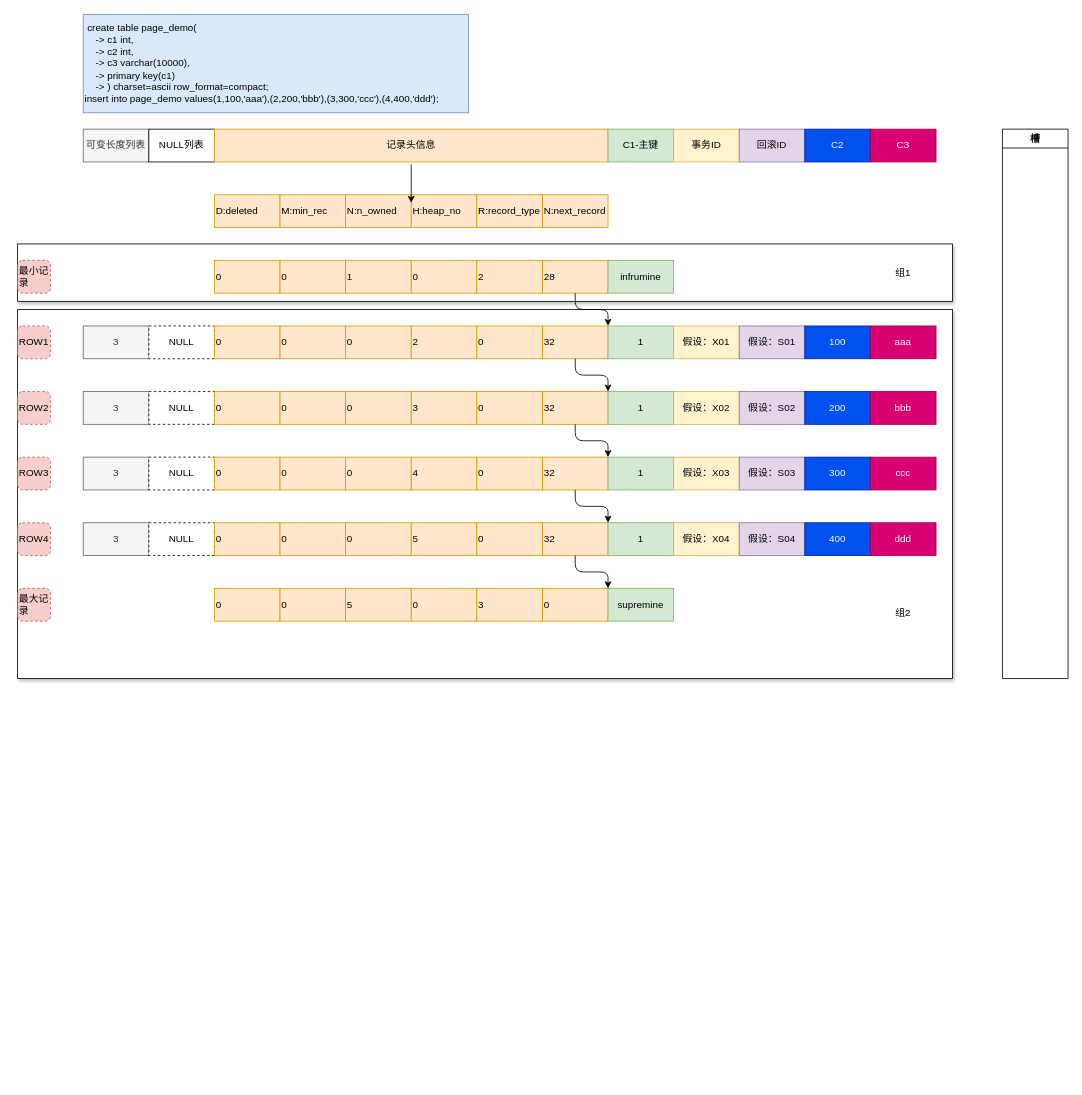
wqfgithub/drawio keeps this draw.io diagram as page-row.drawio. Above is the earlier version. Source tidied: cells renumbered, new cells numbered last; positions are measured from the earlier drawing's top-left corner, leaving out a move shared by most shapes. Both pictures are drawn from the tidied source at 82%, with x=0, y=0 at pixel (17, 14).
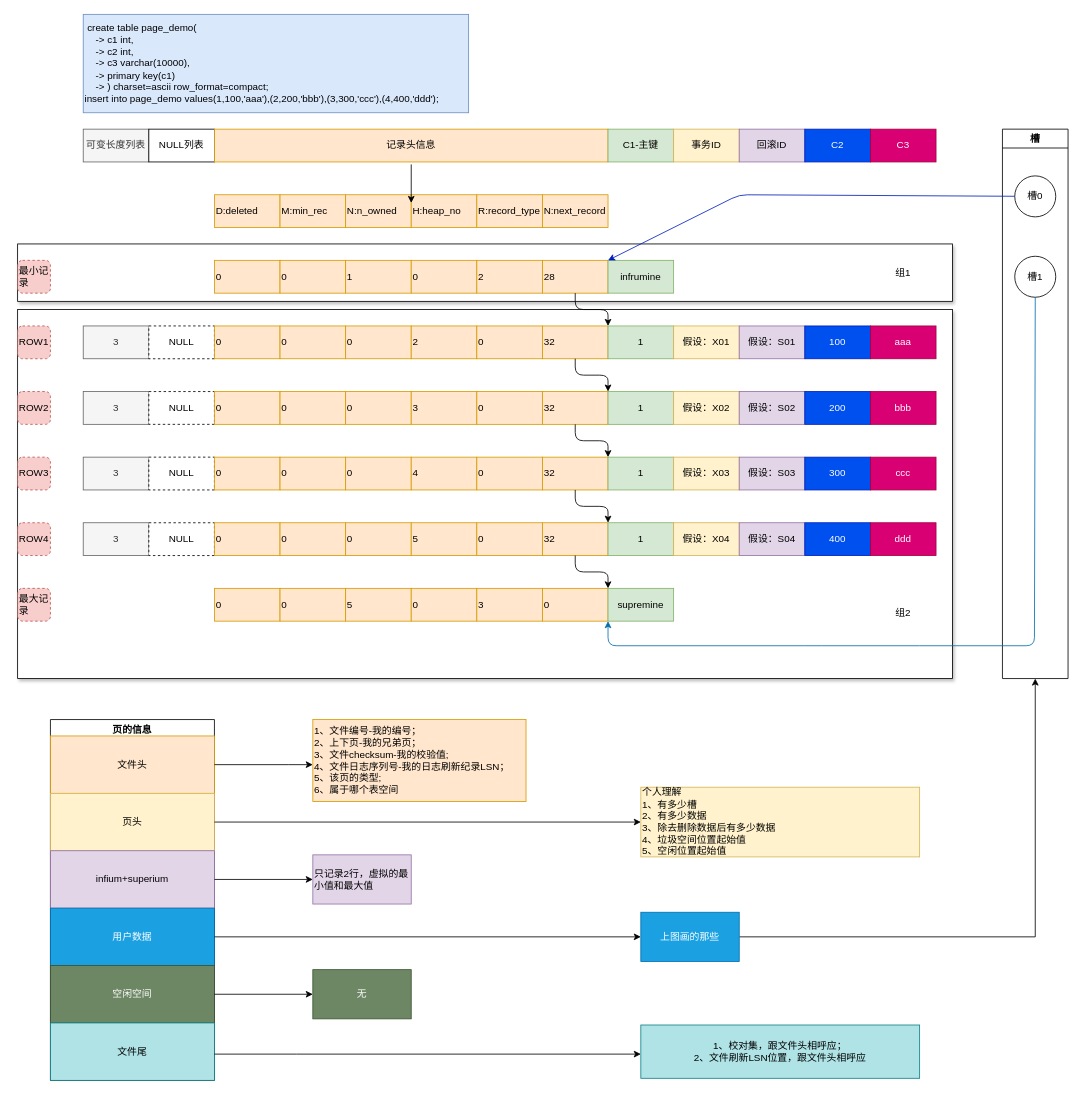
After the change.

Unchanged cells that the change refers to:
```xml
<mxCell id="85" value="infrumine" style="rounded=0;whiteSpace=wrap;html=1;fillColor=#d5e8d4;strokeColor=#82b366;shadow=0;" parent="1" vertex="1">
  <mxGeometry x="720" y="300" width="80" height="40" as="geometry" />
</mxCell>
<mxCell id="93" value="supremine" style="rounded=0;whiteSpace=wrap;html=1;fillColor=#d5e8d4;strokeColor=#82b366;" parent="1" vertex="1">
  <mxGeometry x="720" y="700" width="80" height="40" as="geometry" />
</mxCell>
<mxCell id="99" value="槽" style="swimlane;" parent="1" vertex="1">
  <mxGeometry x="1201" y="140" width="80" height="670" as="geometry" />
</mxCell>
```

The edit, as a diff of the source:
```diff
@@
+    <mxCell id="100" value="槽0" style="ellipse;whiteSpace=wrap;html=1;" parent="99" vertex="1">
+      <mxGeometry x="15" y="57" width="50" height="50" as="geometry" />
+    </mxCell>
+    <mxCell id="101" value="槽1" style="ellipse;whiteSpace=wrap;html=1;" parent="99" vertex="1">
+      <mxGeometry x="15" y="155" width="50" height="50" as="geometry" />
+    </mxCell>
+    <mxCell id="102" style="endArrow=classic;html=1;entryX=0;entryY=0;entryDx=0;entryDy=0;fillColor=#0050ef;strokeColor=#001DBC;" parent="1" edge="1" source="100" target="85">
+      <mxGeometry relative="1" as="geometry">
+        <Array as="points">
+          <mxPoint x="880" y="220" />
+        </Array>
+      </mxGeometry>
+    </mxCell>
+    <mxCell id="103" style="endArrow=classic;html=1;entryX=0;entryY=1;entryDx=0;entryDy=0;entryPerimeter=0;exitX=0.5;exitY=1;exitDx=0;exitDy=0;fillColor=#1ba1e2;strokeColor=#006EAF;" parent="1" edge="1" source="101" target="93">
+      <mxGeometry relative="1" as="geometry">
+        <Array as="points">
+          <mxPoint x="1240" y="770" />
+          <mxPoint x="1110" y="770" />
+          <mxPoint x="970" y="770" />
+          <mxPoint x="720" y="770" />
+        </Array>
+      </mxGeometry>
+    </mxCell>
+    <mxCell id="104" value="页的信息" style="swimlane;" parent="1" vertex="1">
+      <mxGeometry x="40" y="860" width="200" height="440" as="geometry" />
+    </mxCell>
+    <mxCell id="105" value="文件头" style="whiteSpace=wrap;html=1;fillColor=#ffe6cc;strokeColor=#d79b00;" parent="104" vertex="1">
+      <mxGeometry y="20" width="200" height="70" as="geometry" />
+    </mxCell>
+    <mxCell id="106" value="页头" style="whiteSpace=wrap;html=1;fillColor=#fff2cc;strokeColor=#d6b656;" parent="104" vertex="1">
+      <mxGeometry y="90" width="200" height="70" as="geometry" />
+    </mxCell>
+    <mxCell id="107" value="infium+superium" style="whiteSpace=wrap;html=1;fillColor=#e1d5e7;strokeColor=#9673a6;" parent="104" vertex="1">
+      <mxGeometry y="160" width="200" height="70" as="geometry" />
+    </mxCell>
+    <mxCell id="108" value="用户数据" style="whiteSpace=wrap;html=1;fillColor=#1ba1e2;strokeColor=#006EAF;fontColor=#ffffff;" parent="104" vertex="1">
+      <mxGeometry y="230" width="200" height="70" as="geometry" />
+    </mxCell>
+    <mxCell id="109" value="&lt;span&gt;空闲空间&lt;/span&gt;" style="whiteSpace=wrap;html=1;fillColor=#6d8764;strokeColor=#3A5431;fontColor=#ffffff;" parent="104" vertex="1">
+      <mxGeometry y="300" width="200" height="70" as="geometry" />
+    </mxCell>
+    <mxCell id="110" value="文件尾" style="whiteSpace=wrap;html=1;fillColor=#b0e3e6;strokeColor=#0e8088;" parent="104" vertex="1">
+      <mxGeometry y="370" width="200" height="70" as="geometry" />
+    </mxCell>
+    <mxCell id="111" value="1、文件编号-我的编号；&lt;br&gt;2、上下页-我的兄弟页；&lt;br&gt;3、文件checksum-我的校验值;&lt;br&gt;4、文件日志序列号-我的日志刷新纪录LSN；&lt;br&gt;5、该页的类型;&lt;br&gt;6、属于哪个表空间" style="whiteSpace=wrap;html=1;strokeColor=#d79b00;fillColor=#ffe6cc;align=left;" parent="1" vertex="1">
+      <mxGeometry x="360" y="860" width="260" height="100" as="geometry" />
+    </mxCell>
+    <mxCell id="112" style="edgeStyle=orthogonalEdgeStyle;rounded=0;jettySize=auto;html=1;" parent="1" edge="1" source="105" target="111">
+      <mxGeometry relative="1" as="geometry">
+        <Array as="points">
+          <mxPoint x="330" y="915" />
+          <mxPoint x="330" y="915" />
+        </Array>
+      </mxGeometry>
+    </mxCell>
+    <mxCell id="113" value="&lt;span&gt;个人理解&lt;/span&gt;&lt;br&gt;&lt;span&gt;1、有多少槽&lt;/span&gt;&lt;br&gt;&lt;span&gt;2、有多少数据&lt;/span&gt;&lt;br&gt;&lt;span&gt;3、除去删除数据后有多少数据&lt;/span&gt;&lt;br&gt;&lt;span&gt;4、垃圾空间位置起始值&lt;br&gt;5、空闲位置起始值&lt;br&gt;&lt;/span&gt;" style="whiteSpace=wrap;html=1;strokeColor=#d6b656;fillColor=#fff2cc;align=left;" parent="1" vertex="1">
+      <mxGeometry x="760" y="942.5" width="340" height="85" as="geometry" />
+    </mxCell>
+    <mxCell id="114" style="edgeStyle=orthogonalEdgeStyle;rounded=0;jettySize=auto;html=1;" parent="1" edge="1" source="106" target="113">
+      <mxGeometry relative="1" as="geometry" />
+    </mxCell>
+    <mxCell id="115" value="只记录2行，虚拟的最小值和最大值" style="whiteSpace=wrap;html=1;strokeColor=#9673a6;fillColor=#e1d5e7;align=left;" parent="1" vertex="1">
+      <mxGeometry x="360" y="1025" width="120" height="60" as="geometry" />
+    </mxCell>
+    <mxCell id="116" style="edgeStyle=orthogonalEdgeStyle;rounded=0;jettySize=auto;html=1;" parent="1" edge="1" source="107" target="115">
+      <mxGeometry relative="1" as="geometry" />
+    </mxCell>
+    <mxCell id="117" style="edgeStyle=orthogonalEdgeStyle;rounded=0;jettySize=auto;html=1;entryX=0.5;entryY=1;entryDx=0;entryDy=0;" parent="1" edge="1" source="118" target="99">
+      <mxGeometry relative="1" as="geometry" />
+    </mxCell>
+    <mxCell id="118" value="上图画的那些" style="whiteSpace=wrap;html=1;fontColor=#ffffff;strokeColor=#006EAF;fillColor=#1ba1e2;" parent="1" vertex="1">
+      <mxGeometry x="760" y="1095" width="120" height="60" as="geometry" />
+    </mxCell>
+    <mxCell id="119" style="edgeStyle=orthogonalEdgeStyle;rounded=0;jettySize=auto;html=1;" parent="1" edge="1" source="108" target="118">
+      <mxGeometry relative="1" as="geometry" />
+    </mxCell>
+    <mxCell id="120" value="无" style="whiteSpace=wrap;html=1;fontColor=#ffffff;strokeColor=#3A5431;fillColor=#6d8764;" parent="1" vertex="1">
+      <mxGeometry x="360" y="1165" width="120" height="60" as="geometry" />
+    </mxCell>
+    <mxCell id="121" style="edgeStyle=orthogonalEdgeStyle;rounded=0;jettySize=auto;html=1;" parent="1" edge="1" source="109" target="120">
+      <mxGeometry relative="1" as="geometry" />
+    </mxCell>
+    <mxCell id="122" value="1、校对集，跟文件头相呼应；&lt;br&gt;2、文件刷新LSN位置，跟文件头相呼应" style="whiteSpace=wrap;html=1;strokeColor=#0e8088;fillColor=#b0e3e6;" parent="1" vertex="1">
+      <mxGeometry x="760" y="1232.5" width="340" height="65" as="geometry" />
+    </mxCell>
+    <mxCell id="123" style="edgeStyle=orthogonalEdgeStyle;rounded=0;jettySize=auto;html=1;" parent="1" edge="1" source="110" target="122">
+      <mxGeometry relative="1" as="geometry">
+        <Array as="points">
+          <mxPoint x="340" y="1268" />
+          <mxPoint x="340" y="1268" />
+        </Array>
+      </mxGeometry>
+    </mxCell>
```
